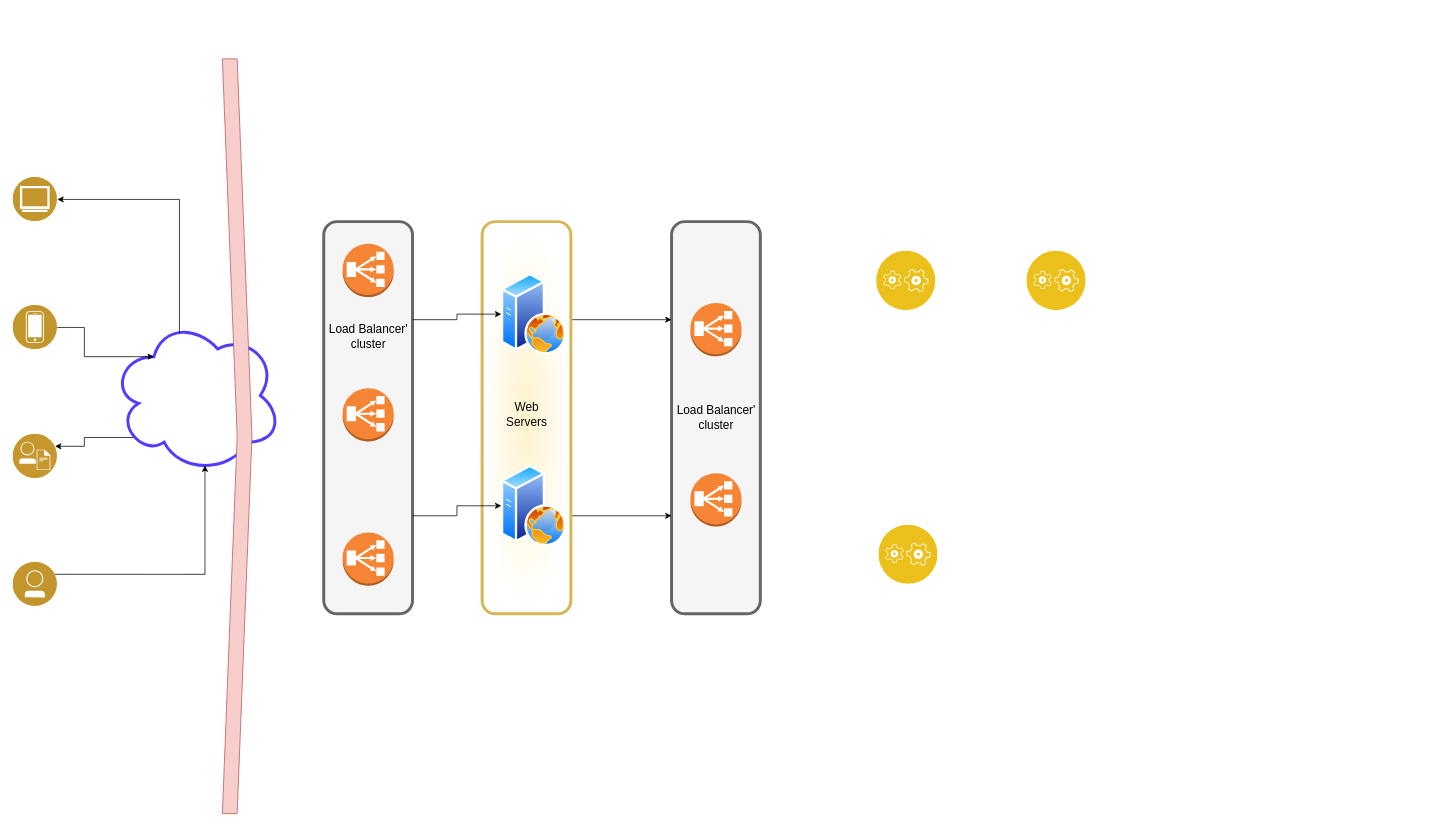
This is page "Page-1" (1 of 2) of practice-microsrv-1.drawio from TheBigBadWolfClub/system-design, a draw.io file, before an edit. Source tidied: cells renumbered, new cells numbered last; positions are measured from the earlier drawing's top-left corner, leaving out a move shared by most shapes. Both pictures are drawn from the tidied source at 74%, with x=0, y=0 at pixel (13, 58).
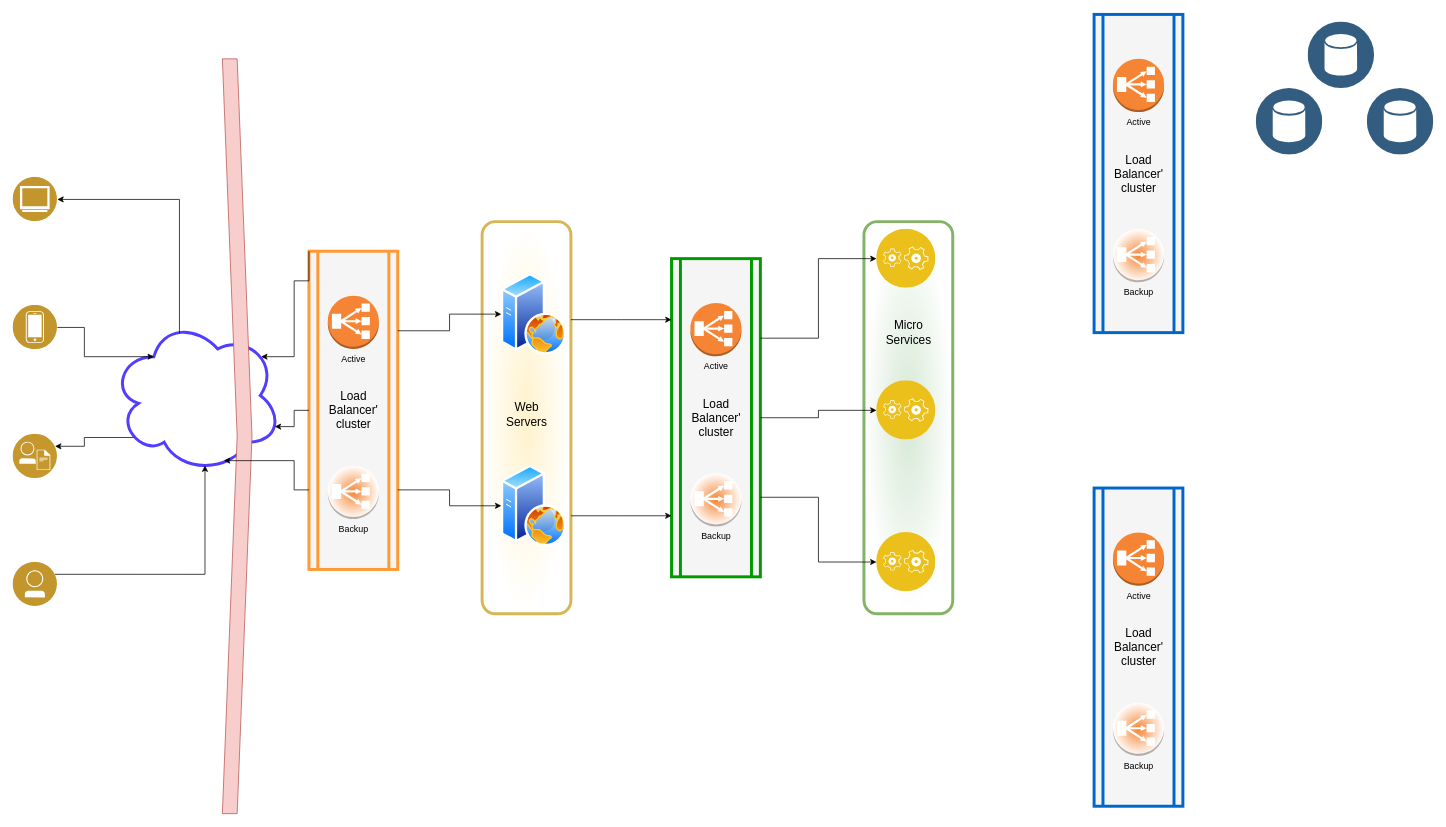
After the change.

Unchanged cells that the change refers to:
```xml
<mxCell id="11" style="ellipse;shape=cloud;whiteSpace=wrap;html=1;fillColor=none;strokeColor=#513DFF;strokeWidth=4;" parent="10" vertex="1">
  <mxGeometry x="133" y="350" width="230" height="210" as="geometry" />
</mxCell>
```

The edit, as a diff of the source:
```diff
@@
-    <mxCell id="2" style="group;" parent="1" vertex="1">
-      <mxGeometry x="890" y="220" width="120" height="530" as="geometry" />
-    </mxCell>
-    <mxCell id="3" style="rounded=1;whiteSpace=wrap;html=1;strokeColor=#666666;strokeWidth=4;fillColor=#f5f5f5;fontColor=#333333;" parent="2" vertex="1">
-      <mxGeometry width="120" height="530" as="geometry" />
-    </mxCell>
+    <mxCell id="35" style="group;" parent="1" vertex="1">
+      <mxGeometry x="890" y="270" width="120" height="430" as="geometry" />
+    </mxCell>
+    <mxCell id="36" style="shape=process;whiteSpace=wrap;html=1;backgroundOutline=1;fontSize=16;strokeColor=#009900;strokeWidth=4;fillColor=#f5f5f5;gradientDirection=radial;fontColor=#333333;" parent="35" vertex="1">
+      <mxGeometry width="120" height="430" as="geometry" />
+    </mxCell>
-    <mxCell id="4" style="dashed=0;verticalLabelPosition=bottom;verticalAlign=top;align=center;html=1;shape=mxgraph.aws3.classic_load_balancer;fillColor=#F58534;gradientColor=none;strokeColor=#513DFF;strokeWidth=4;" parent="2" vertex="1">
-      <mxGeometry x="25.5" y="110" width="69" height="72" as="geometry" />
+    <mxCell id="4" value="Active" style="dashed=0;verticalLabelPosition=bottom;verticalAlign=top;align=center;html=1;shape=mxgraph.aws3.classic_load_balancer;fillColor=#F58534;gradientColor=none;strokeColor=#513DFF;strokeWidth=4;" parent="35" vertex="1">
+      <mxGeometry x="25.5" y="60" width="69" height="72" as="geometry" />
     </mxCell>
-    <mxCell id="5" style="dashed=0;verticalLabelPosition=bottom;verticalAlign=top;align=center;html=1;shape=mxgraph.aws3.classic_load_balancer;fillColor=#F58534;gradientColor=none;strokeColor=#513DFF;strokeWidth=4;" parent="2" vertex="1">
-      <mxGeometry x="25.5" y="340" width="69" height="72" as="geometry" />
+    <mxCell id="5" value="Backup" style="dashed=0;verticalLabelPosition=bottom;verticalAlign=top;align=center;html=1;shape=mxgraph.aws3.classic_load_balancer;fillColor=#F58534;gradientColor=#ffffff;strokeColor=#513DFF;strokeWidth=4;gradientDirection=radial;" parent="35" vertex="1">
+      <mxGeometry x="25.5" y="290" width="69" height="72" as="geometry" />
     </mxCell>
-    <mxCell id="6" value="&lt;font style=&quot;font-size: 16px&quot;&gt;Load Balancer'&lt;br&gt;cluster&lt;/font&gt;" style="text;html=1;align=center;verticalAlign=middle;strokeColor=none;fillColor=none;" parent="2" vertex="1">
-      <mxGeometry y="245" width="120" height="40" as="geometry" />
+    <mxCell id="6" value="&lt;font style=&quot;font-size: 16px&quot;&gt;Load &lt;br&gt;Balancer'&lt;br&gt;cluster&lt;/font&gt;" style="text;html=1;align=center;verticalAlign=middle;strokeColor=none;fillColor=none;" parent="35" vertex="1">
+      <mxGeometry x="20" y="190" width="80" height="50" as="geometry" />
     </mxCell>
+    <mxCell id="37" style="group;" parent="1" vertex="1">
+      <mxGeometry x="634" y="220" width="120" height="530" as="geometry" />
+    </mxCell>
+    <mxCell id="9" style="rounded=1;whiteSpace=wrap;html=1;fontSize=16;strokeColor=#d6b656;strokeWidth=4;fillColor=#fff2cc;gradientColor=#ffffff;gradientDirection=radial;" parent="37" vertex="1">
+      <mxGeometry width="120" height="530" as="geometry" />
+    </mxCell>
+    <mxCell id="27" style="perimeter=ellipsePerimeter;html=1;align=center;shadow=0;dashed=0;spacingTop=3;image;image=img/lib/active_directory/web_server.svg;fontSize=16;strokeColor=#513DFF;strokeWidth=4;fillColor=none;" parent="37" vertex="1">
+      <mxGeometry x="26" y="70" width="88" height="110" as="geometry" />
+    </mxCell>
+    <mxCell id="28" style="perimeter=ellipsePerimeter;html=1;align=center;shadow=0;dashed=0;spacingTop=3;image;image=img/lib/active_directory/web_server.svg;fontSize=16;strokeColor=#513DFF;strokeWidth=4;fillColor=none;" parent="37" vertex="1">
+      <mxGeometry x="26" y="329" width="88" height="110" as="geometry" />
+    </mxCell>
+    <mxCell id="29" value="Web &lt;br&gt;Servers" style="text;html=1;align=center;verticalAlign=middle;strokeColor=none;fillColor=none;fontSize=16;" parent="37" vertex="1">
+      <mxGeometry x="25" y="240" width="70" height="40" as="geometry" />
+    </mxCell>
+    <mxCell id="38" style="group;" parent="1" vertex="1">
+      <mxGeometry x="400" y="260" width="120" height="430" as="geometry" />
+    </mxCell>
+    <mxCell id="39" style="shape=process;whiteSpace=wrap;html=1;backgroundOutline=1;fontSize=16;strokeColor=#FF9933;strokeWidth=4;fillColor=#f5f5f5;gradientDirection=radial;fontColor=#333333;" parent="38" vertex="1">
+      <mxGeometry width="120" height="430" as="geometry" />
+    </mxCell>
+    <mxCell id="40" value="Active" style="dashed=0;verticalLabelPosition=bottom;verticalAlign=top;align=center;html=1;shape=mxgraph.aws3.classic_load_balancer;fillColor=#F58534;gradientColor=none;strokeColor=#513DFF;strokeWidth=4;" parent="38" vertex="1">
+      <mxGeometry x="25.5" y="60" width="69" height="72" as="geometry" />
+    </mxCell>
+    <mxCell id="41" value="Backup" style="dashed=0;verticalLabelPosition=bottom;verticalAlign=top;align=center;html=1;shape=mxgraph.aws3.classic_load_balancer;fillColor=#F58534;gradientColor=#ffffff;strokeColor=#513DFF;strokeWidth=4;gradientDirection=radial;" parent="38" vertex="1">
+      <mxGeometry x="25.5" y="290" width="69" height="72" as="geometry" />
+    </mxCell>
+    <mxCell id="42" value="&lt;font style=&quot;font-size: 16px&quot;&gt;Load &lt;br&gt;Balancer'&lt;br&gt;cluster&lt;/font&gt;" style="text;html=1;align=center;verticalAlign=middle;strokeColor=none;fillColor=none;" parent="38" vertex="1">
+      <mxGeometry x="20" y="190" width="80" height="50" as="geometry" />
+    </mxCell>
+    <mxCell id="43" style="group;" parent="1" vertex="1">
+      <mxGeometry x="1150" y="220" width="120" height="530" as="geometry" />
+    </mxCell>
+    <mxCell id="44" style="rounded=1;whiteSpace=wrap;html=1;fontSize=16;strokeColor=#82b366;strokeWidth=4;fillColor=#d5e8d4;gradientDirection=radial;gradientColor=#ffffff;" parent="43" vertex="1">
+      <mxGeometry width="120" height="530" as="geometry" />
+    </mxCell>
+    <mxCell id="32" style="perimeter=ellipsePerimeter;html=1;align=center;shadow=0;dashed=0;fontColor=#4277BB;labelBackgroundColor=#ffffff;fontSize=12;spacingTop=3;image;image=img/lib/ibm/applications/application_logic.svg;strokeColor=#513DFF;strokeWidth=4;fillColor=none;gradientColor=#ffffff;gradientDirection=radial;" parent="43" vertex="1">
+      <mxGeometry x="17" y="10" width="80" height="80" as="geometry" />
+    </mxCell>
+    <mxCell id="33" style="perimeter=ellipsePerimeter;html=1;align=center;shadow=0;dashed=0;fontColor=#4277BB;labelBackgroundColor=#ffffff;fontSize=12;spacingTop=3;image;image=img/lib/ibm/applications/application_logic.svg;strokeColor=#513DFF;strokeWidth=4;fillColor=none;gradientColor=#ffffff;gradientDirection=radial;" parent="43" vertex="1">
+      <mxGeometry x="17" y="215" width="80" height="80" as="geometry" />
+    </mxCell>
+    <mxCell id="34" style="perimeter=ellipsePerimeter;html=1;align=center;shadow=0;dashed=0;fontColor=#4277BB;labelBackgroundColor=#ffffff;fontSize=12;spacingTop=3;image;image=img/lib/ibm/applications/application_logic.svg;strokeColor=#513DFF;strokeWidth=4;fillColor=none;gradientColor=#ffffff;gradientDirection=radial;" parent="43" vertex="1">
+      <mxGeometry x="17" y="420" width="80" height="80" as="geometry" />
+    </mxCell>
+    <mxCell id="45" value="Micro &lt;br&gt;Services" style="text;html=1;align=center;verticalAlign=middle;strokeColor=none;fillColor=none;fontSize=16;" parent="43" vertex="1">
+      <mxGeometry x="20" y="130" width="80" height="40" as="geometry" />
+    </mxCell>
-    <mxCell id="7" style="edgeStyle=orthogonalEdgeStyle;rounded=0;jettySize=auto;html=1;exitX=1;exitY=0.75;exitDx=0;exitDy=0;entryX=0;entryY=0.75;entryDx=0;entryDy=0;fontSize=16;" parent="1" edge="1" source="9" target="3">
-      <mxGeometry relative="1" as="geometry" />
+    <mxCell id="7" style="edgeStyle=orthogonalEdgeStyle;rounded=0;jettySize=auto;html=1;exitX=1;exitY=0.75;exitDx=0;exitDy=0;entryX=0;entryY=0.75;entryDx=0;entryDy=0;fontSize=16;" parent="1" edge="1" source="9">
+      <mxGeometry relative="1" as="geometry">
+        <mxPoint x="890" y="617.5" as="targetPoint" />
+      </mxGeometry>
     </mxCell>
-    <mxCell id="8" style="edgeStyle=orthogonalEdgeStyle;rounded=0;jettySize=auto;html=1;exitX=1;exitY=0.25;exitDx=0;exitDy=0;entryX=0;entryY=0.25;entryDx=0;entryDy=0;fontSize=16;" parent="1" edge="1" source="9" target="3">
-      <mxGeometry relative="1" as="geometry" />
+    <mxCell id="8" style="edgeStyle=orthogonalEdgeStyle;rounded=0;jettySize=auto;html=1;exitX=1;exitY=0.25;exitDx=0;exitDy=0;entryX=0;entryY=0.25;entryDx=0;entryDy=0;fontSize=16;" parent="1" edge="1" source="9">
+      <mxGeometry relative="1" as="geometry">
+        <mxPoint x="890" y="352.5" as="targetPoint" />
+      </mxGeometry>
     </mxCell>
-    <mxCell id="9" style="rounded=1;whiteSpace=wrap;html=1;fontSize=16;strokeColor=#d6b656;strokeWidth=4;fillColor=#fff2cc;gradientColor=#ffffff;gradientDirection=radial;" parent="1" vertex="1">
-      <mxGeometry x="634" y="220" width="120" height="530" as="geometry" />
-    </mxCell>
@@
-    <mxCell id="21" style="group;" parent="1" vertex="1">
-      <mxGeometry x="420" y="220" width="120" height="530" as="geometry" />
-    </mxCell>
-    <mxCell id="22" style="rounded=1;whiteSpace=wrap;html=1;strokeColor=#666666;strokeWidth=4;fillColor=#f5f5f5;fontColor=#333333;" parent="21" vertex="1">
-      <mxGeometry width="120" height="530" as="geometry" />
-    </mxCell>
-    <mxCell id="23" style="dashed=0;verticalLabelPosition=bottom;verticalAlign=top;align=center;html=1;shape=mxgraph.aws3.classic_load_balancer;fillColor=#F58534;gradientColor=none;strokeColor=#513DFF;strokeWidth=4;" parent="21" vertex="1">
-      <mxGeometry x="25.5" y="30" width="69" height="72" as="geometry" />
-    </mxCell>
-    <mxCell id="24" style="dashed=0;verticalLabelPosition=bottom;verticalAlign=top;align=center;html=1;shape=mxgraph.aws3.classic_load_balancer;fillColor=#F58534;gradientColor=none;strokeColor=#513DFF;strokeWidth=4;" parent="21" vertex="1">
-      <mxGeometry x="25.5" y="225" width="69" height="72" as="geometry" />
-    </mxCell>
-    <mxCell id="25" style="dashed=0;verticalLabelPosition=bottom;verticalAlign=top;align=center;html=1;shape=mxgraph.aws3.classic_load_balancer;fillColor=#F58534;gradientColor=none;strokeColor=#513DFF;strokeWidth=4;" parent="21" vertex="1">
-      <mxGeometry x="25.5" y="420" width="69" height="72" as="geometry" />
-    </mxCell>
-    <mxCell id="26" value="&lt;font style=&quot;font-size: 16px&quot;&gt;Load Balancer'&lt;br&gt;cluster&lt;/font&gt;" style="text;html=1;align=center;verticalAlign=middle;strokeColor=none;fillColor=none;" parent="21" vertex="1">
-      <mxGeometry y="135" width="120" height="40" as="geometry" />
-    </mxCell>
-    <mxCell id="27" style="perimeter=ellipsePerimeter;html=1;align=center;shadow=0;dashed=0;spacingTop=3;image;image=img/lib/active_directory/web_server.svg;fontSize=16;strokeColor=#513DFF;strokeWidth=4;fillColor=none;" parent="1" vertex="1">
-      <mxGeometry x="660" y="290" width="88" height="110" as="geometry" />
-    </mxCell>
-    <mxCell id="28" style="perimeter=ellipsePerimeter;html=1;align=center;shadow=0;dashed=0;spacingTop=3;image;image=img/lib/active_directory/web_server.svg;fontSize=16;strokeColor=#513DFF;strokeWidth=4;fillColor=none;" parent="1" vertex="1">
-      <mxGeometry x="660" y="549" width="88" height="110" as="geometry" />
-    </mxCell>
-    <mxCell id="29" value="Web &lt;br&gt;Servers" style="text;html=1;align=center;verticalAlign=middle;strokeColor=none;fillColor=none;fontSize=16;" parent="1" vertex="1">
-      <mxGeometry x="659" y="460" width="70" height="40" as="geometry" />
-    </mxCell>
-    <mxCell id="30" style="edgeStyle=orthogonalEdgeStyle;rounded=0;jettySize=auto;html=1;entryX=0;entryY=0.5;entryDx=0;entryDy=0;fontSize=16;exitX=1;exitY=0.25;exitDx=0;exitDy=0;" parent="1" edge="1" source="22" target="27">
+    <mxCell id="30" style="edgeStyle=orthogonalEdgeStyle;rounded=0;jettySize=auto;html=1;entryX=0;entryY=0.5;entryDx=0;entryDy=0;fontSize=16;exitX=1;exitY=0.25;exitDx=0;exitDy=0;" parent="1" edge="1" source="39" target="27">
       <mxGeometry relative="1" as="geometry" />
     </mxCell>
-    <mxCell id="31" style="edgeStyle=orthogonalEdgeStyle;rounded=0;jettySize=auto;html=1;exitX=1;exitY=0.75;exitDx=0;exitDy=0;entryX=0;entryY=0.5;entryDx=0;entryDy=0;fontSize=16;" parent="1" edge="1" source="22" target="28">
+    <mxCell id="31" style="edgeStyle=orthogonalEdgeStyle;rounded=0;jettySize=auto;html=1;entryX=0;entryY=0.5;entryDx=0;entryDy=0;fontSize=16;exitX=1;exitY=0.75;exitDx=0;exitDy=0;" parent="1" edge="1" source="39" target="28">
       <mxGeometry relative="1" as="geometry" />
     </mxCell>
-    <mxCell id="32" style="perimeter=ellipsePerimeter;html=1;align=center;shadow=0;dashed=0;fontColor=#4277BB;labelBackgroundColor=#ffffff;fontSize=12;spacingTop=3;image;image=img/lib/ibm/applications/application_logic.svg;strokeColor=#513DFF;strokeWidth=4;fillColor=none;gradientColor=#ffffff;gradientDirection=radial;" parent="1" vertex="1">
-      <mxGeometry x="1167" y="260" width="80" height="80" as="geometry" />
-    </mxCell>
-    <mxCell id="33" style="perimeter=ellipsePerimeter;html=1;align=center;shadow=0;dashed=0;fontColor=#4277BB;labelBackgroundColor=#ffffff;fontSize=12;spacingTop=3;image;image=img/lib/ibm/applications/application_logic.svg;strokeColor=#513DFF;strokeWidth=4;fillColor=none;gradientColor=#ffffff;gradientDirection=radial;" parent="1" vertex="1">
-      <mxGeometry x="1370" y="260" width="80" height="80" as="geometry" />
-    </mxCell>
-    <mxCell id="34" style="perimeter=ellipsePerimeter;html=1;align=center;shadow=0;dashed=0;fontColor=#4277BB;labelBackgroundColor=#ffffff;fontSize=12;spacingTop=3;image;image=img/lib/ibm/applications/application_logic.svg;strokeColor=#513DFF;strokeWidth=4;fillColor=none;gradientColor=#ffffff;gradientDirection=radial;" parent="1" vertex="1">
-      <mxGeometry x="1170" y="630" width="80" height="80" as="geometry" />
-    </mxCell>
+    <mxCell id="46" style="edgeStyle=orthogonalEdgeStyle;rounded=0;jettySize=auto;html=1;exitX=0;exitY=0;exitDx=0;exitDy=0;entryX=0.88;entryY=0.25;entryDx=0;entryDy=0;entryPerimeter=0;fontSize=16;" parent="1" edge="1" source="39" target="11">
+      <mxGeometry relative="1" as="geometry">
+        <Array as="points">
+          <mxPoint x="400" y="300" />
+          <mxPoint x="380" y="300" />
+          <mxPoint x="380" y="403" />
+        </Array>
+      </mxGeometry>
+    </mxCell>
+    <mxCell id="47" style="edgeStyle=orthogonalEdgeStyle;rounded=0;jettySize=auto;html=1;exitX=0;exitY=0.5;exitDx=0;exitDy=0;entryX=0.96;entryY=0.7;entryDx=0;entryDy=0;entryPerimeter=0;fontSize=16;" parent="1" edge="1" source="39" target="11">
+      <mxGeometry relative="1" as="geometry" />
+    </mxCell>
+    <mxCell id="48" style="edgeStyle=orthogonalEdgeStyle;rounded=0;jettySize=auto;html=1;exitX=0;exitY=0.75;exitDx=0;exitDy=0;entryX=0.661;entryY=0.919;entryDx=0;entryDy=0;entryPerimeter=0;fontSize=16;" parent="1" edge="1" source="39" target="11">
+      <mxGeometry relative="1" as="geometry" />
+    </mxCell>
+    <mxCell id="49" style="edgeStyle=orthogonalEdgeStyle;rounded=0;jettySize=auto;html=1;exitX=1;exitY=0.75;exitDx=0;exitDy=0;entryX=0;entryY=0.5;entryDx=0;entryDy=0;fontSize=16;" parent="1" edge="1" source="36" target="34">
+      <mxGeometry relative="1" as="geometry" />
+    </mxCell>
+    <mxCell id="50" style="edgeStyle=orthogonalEdgeStyle;rounded=0;jettySize=auto;html=1;exitX=1;exitY=0.5;exitDx=0;exitDy=0;entryX=0;entryY=0.5;entryDx=0;entryDy=0;fontSize=16;" parent="1" edge="1" source="36" target="33">
+      <mxGeometry relative="1" as="geometry" />
+    </mxCell>
+    <mxCell id="51" style="edgeStyle=orthogonalEdgeStyle;rounded=0;jettySize=auto;html=1;exitX=1;exitY=0.25;exitDx=0;exitDy=0;entryX=0;entryY=0.5;entryDx=0;entryDy=0;fontSize=16;" parent="1" edge="1" source="36" target="32">
+      <mxGeometry relative="1" as="geometry" />
+    </mxCell>
+    <mxCell id="52" style="group;" parent="1" vertex="1">
+      <mxGeometry x="1461" y="580" width="120" height="430" as="geometry" />
+    </mxCell>
+    <mxCell id="53" style="shape=process;whiteSpace=wrap;html=1;backgroundOutline=1;fontSize=16;strokeColor=#0066CC;strokeWidth=4;fillColor=#f5f5f5;gradientDirection=radial;fontColor=#333333;" parent="52" vertex="1">
+      <mxGeometry width="120" height="430" as="geometry" />
+    </mxCell>
+    <mxCell id="54" value="Active" style="dashed=0;verticalLabelPosition=bottom;verticalAlign=top;align=center;html=1;shape=mxgraph.aws3.classic_load_balancer;fillColor=#F58534;gradientColor=none;strokeColor=#513DFF;strokeWidth=4;" parent="52" vertex="1">
+      <mxGeometry x="25.5" y="60" width="69" height="72" as="geometry" />
+    </mxCell>
+    <mxCell id="55" value="Backup" style="dashed=0;verticalLabelPosition=bottom;verticalAlign=top;align=center;html=1;shape=mxgraph.aws3.classic_load_balancer;fillColor=#F58534;gradientColor=#ffffff;strokeColor=#513DFF;strokeWidth=4;gradientDirection=radial;" parent="52" vertex="1">
+      <mxGeometry x="25.5" y="290" width="69" height="72" as="geometry" />
+    </mxCell>
+    <mxCell id="56" value="&lt;font style=&quot;font-size: 16px&quot;&gt;Load &lt;br&gt;Balancer'&lt;br&gt;cluster&lt;/font&gt;" style="text;html=1;align=center;verticalAlign=middle;strokeColor=none;fillColor=none;" parent="52" vertex="1">
+      <mxGeometry x="20" y="190" width="80" height="50" as="geometry" />
+    </mxCell>
+    <mxCell id="57" style="group;" parent="1" vertex="1">
+      <mxGeometry x="1461" y="-60" width="120" height="430" as="geometry" />
+    </mxCell>
+    <mxCell id="58" style="shape=process;whiteSpace=wrap;html=1;backgroundOutline=1;fontSize=16;strokeColor=#0066CC;strokeWidth=4;fillColor=#f5f5f5;gradientDirection=radial;fontColor=#333333;" parent="57" vertex="1">
+      <mxGeometry width="120" height="430" as="geometry" />
+    </mxCell>
+    <mxCell id="59" value="Active" style="dashed=0;verticalLabelPosition=bottom;verticalAlign=top;align=center;html=1;shape=mxgraph.aws3.classic_load_balancer;fillColor=#F58534;gradientColor=none;strokeColor=#513DFF;strokeWidth=4;" parent="57" vertex="1">
+      <mxGeometry x="25.5" y="60" width="69" height="72" as="geometry" />
+    </mxCell>
+    <mxCell id="60" value="Backup" style="dashed=0;verticalLabelPosition=bottom;verticalAlign=top;align=center;html=1;shape=mxgraph.aws3.classic_load_balancer;fillColor=#F58534;gradientColor=#ffffff;strokeColor=#513DFF;strokeWidth=4;gradientDirection=radial;" parent="57" vertex="1">
+      <mxGeometry x="25.5" y="290" width="69" height="72" as="geometry" />
+    </mxCell>
+    <mxCell id="61" value="&lt;font style=&quot;font-size: 16px&quot;&gt;Load &lt;br&gt;Balancer'&lt;br&gt;cluster&lt;/font&gt;" style="text;html=1;align=center;verticalAlign=middle;strokeColor=none;fillColor=none;" parent="57" vertex="1">
+      <mxGeometry x="20" y="190" width="80" height="50" as="geometry" />
+    </mxCell>
+    <mxCell id="62" style="perimeter=ellipsePerimeter;html=1;align=center;shadow=0;dashed=0;fontColor=#4277BB;labelBackgroundColor=#ffffff;fontSize=12;spacingTop=3;image;image=img/lib/ibm/data/data_services.svg;strokeColor=#0066CC;strokeWidth=4;fillColor=default;gradientColor=#ffffff;gradientDirection=radial;" parent="1" vertex="1">
+      <mxGeometry x="1750" y="-50" width="90" height="90" as="geometry" />
+    </mxCell>
+    <mxCell id="63" style="perimeter=ellipsePerimeter;html=1;align=center;shadow=0;dashed=0;fontColor=#4277BB;labelBackgroundColor=#ffffff;fontSize=12;spacingTop=3;image;image=img/lib/ibm/data/data_services.svg;strokeColor=#0066CC;strokeWidth=4;fillColor=default;gradientColor=#ffffff;gradientDirection=radial;" parent="1" vertex="1">
+      <mxGeometry x="1830" y="40" width="90" height="90" as="geometry" />
+    </mxCell>
+    <mxCell id="64" style="perimeter=ellipsePerimeter;html=1;align=center;shadow=0;dashed=0;fontColor=#4277BB;labelBackgroundColor=#ffffff;fontSize=12;spacingTop=3;image;image=img/lib/ibm/data/data_services.svg;strokeColor=#0066CC;strokeWidth=4;fillColor=default;gradientColor=#ffffff;gradientDirection=radial;" parent="1" vertex="1">
+      <mxGeometry x="1680" y="40" width="90" height="90" as="geometry" />
+    </mxCell>
```
